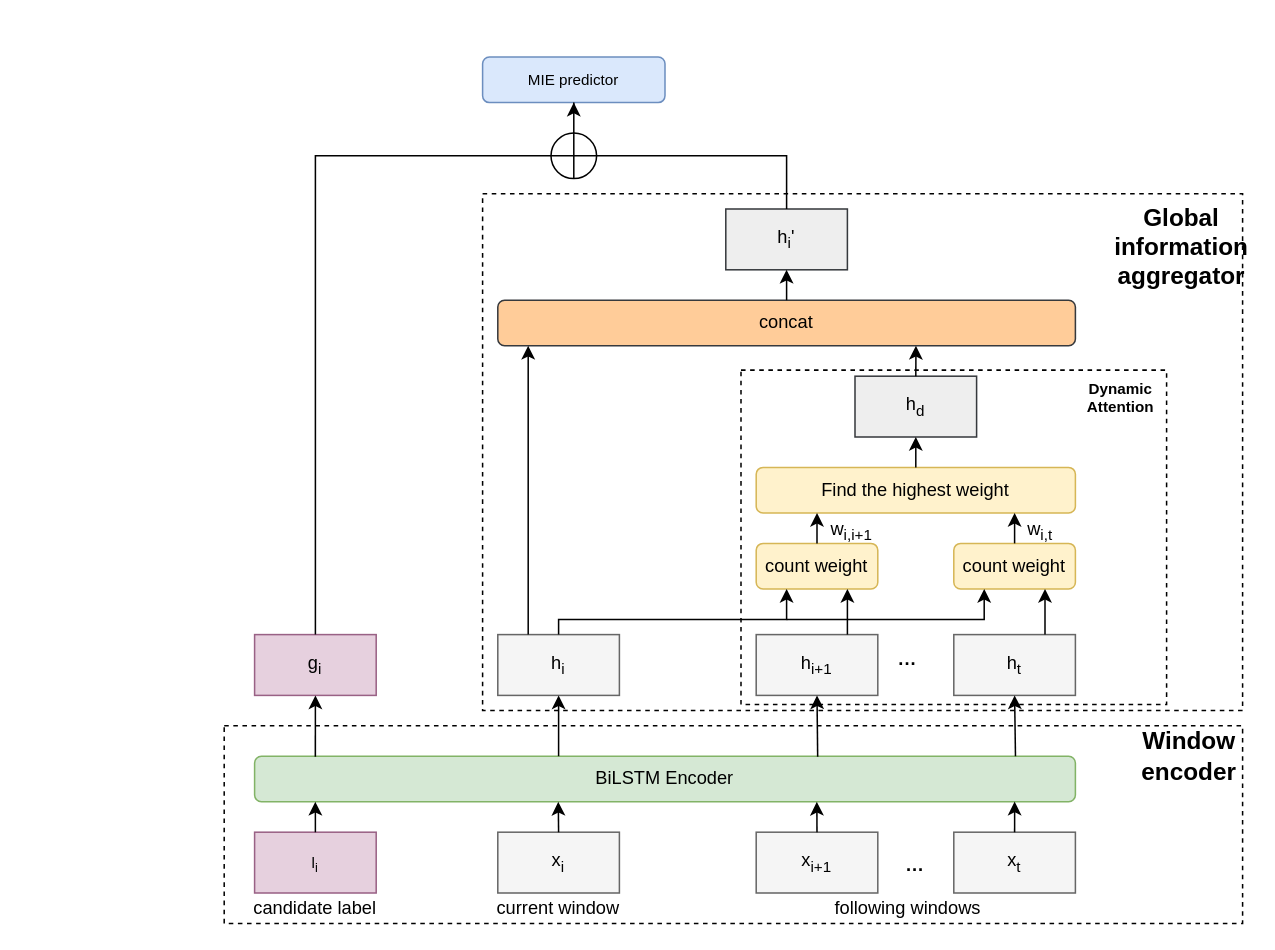
Boching-bot/Sundries keeps this draw.io diagram as page "Page-2" (2 of 2) of map/Untitled Diagram.drawio. Above is the earlier version. Source tidied: cells renumbered, new cells numbered last; positions are measured from the earlier drawing's top-left corner, leaving out a move shared by most shapes. Both pictures are drawn from the tidied source at 152%, with x=0, y=0 at pixel (223, 56).
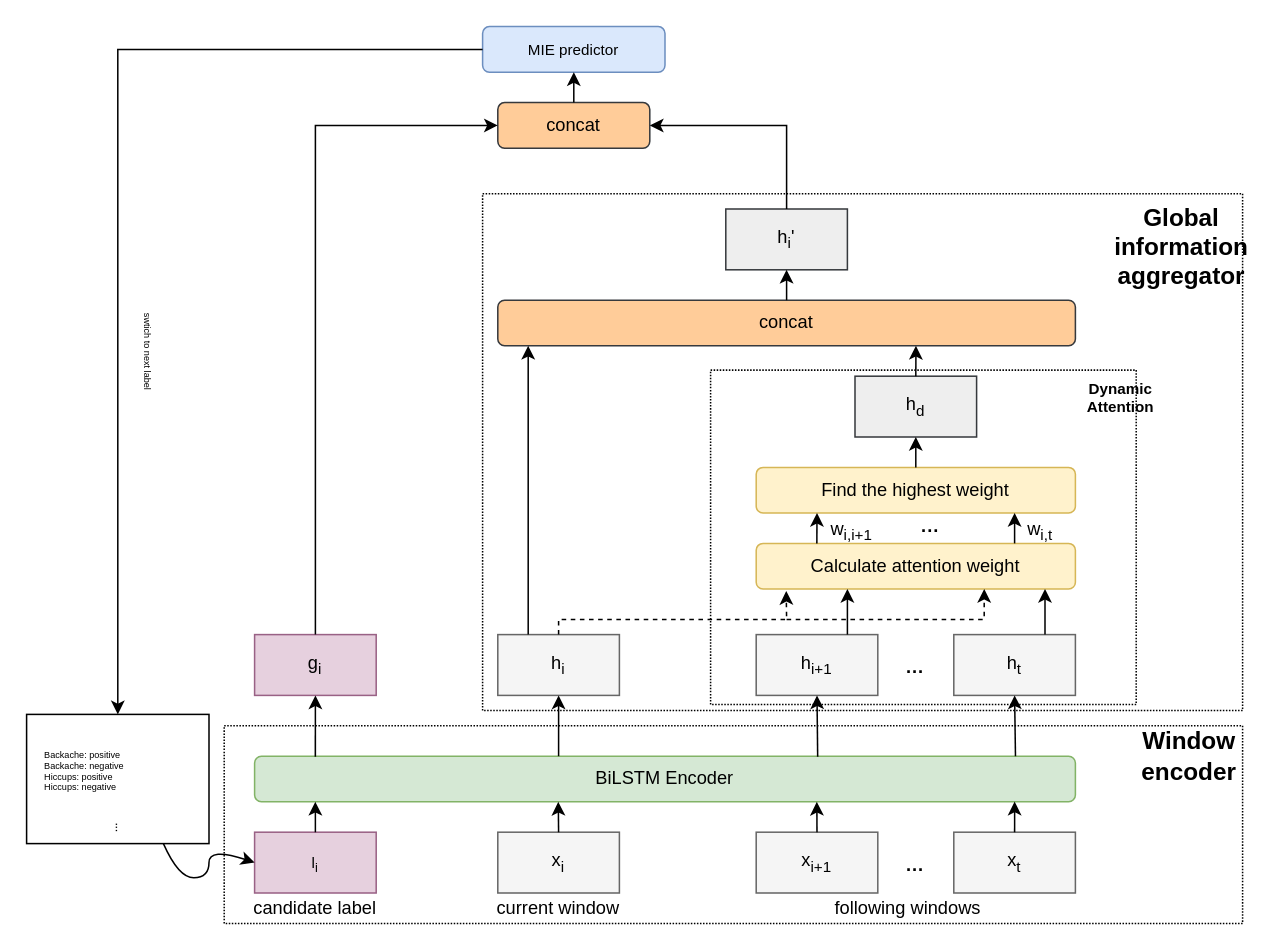
The same page after the edit.

The change refers to these unchanged cells:
```xml
<mxCell id="4" value="&lt;span style=&quot;font-size: 10px&quot;&gt;l&lt;sub&gt;i&lt;/sub&gt;&lt;/span&gt;" style="rounded=0;whiteSpace=wrap;html=1;fontSize=12;strokeColor=#996185;fillColor=#e6d0de;gradientColor=none;" parent="1" vertex="1">
  <mxGeometry x="20" y="510" width="80" height="40" as="geometry" />
</mxCell>
<mxCell id="10" value="h&lt;sub&gt;i&lt;/sub&gt;" style="rounded=0;whiteSpace=wrap;html=1;fontSize=12;strokeColor=#666666;fillColor=#f5f5f5;gradientColor=none;" parent="1" vertex="1">
  <mxGeometry x="180" y="380" width="80" height="40" as="geometry" />
</mxCell>
<mxCell id="11" value="h&lt;sub&gt;i+1&lt;/sub&gt;" style="rounded=0;whiteSpace=wrap;html=1;fontSize=12;strokeColor=#666666;fillColor=#f5f5f5;gradientColor=none;" parent="1" vertex="1">
  <mxGeometry x="350" y="380" width="80" height="40" as="geometry" />
</mxCell>
<mxCell id="12" value="h&lt;sub&gt;t&lt;/sub&gt;" style="rounded=0;whiteSpace=wrap;html=1;fontSize=12;strokeColor=#666666;fillColor=#f5f5f5;gradientColor=none;" parent="1" vertex="1">
  <mxGeometry x="480" y="380" width="80" height="40" as="geometry" />
</mxCell>
<mxCell id="18" value="h&lt;sub&gt;i&lt;/sub&gt;'" style="rounded=0;whiteSpace=wrap;html=1;fontSize=12;strokeColor=#36393d;fillColor=#eeeeee;" parent="1" vertex="1">
  <mxGeometry x="330" y="100" width="80" height="40" as="geometry" />
</mxCell>
<mxCell id="22" value="g&lt;sub&gt;i&lt;/sub&gt;" style="rounded=0;whiteSpace=wrap;html=1;fontSize=12;strokeColor=#996185;fillColor=#e6d0de;gradientColor=none;" parent="1" vertex="1">
  <mxGeometry x="20" y="380" width="80" height="40" as="geometry" />
</mxCell>
```

What changed in the source:
```diff
@@
-    <mxCell id="3" style="rounded=0;whiteSpace=wrap;html=1;dashed=1;fontSize=12;" parent="1" vertex="1">
+    <mxCell id="3" style="rounded=0;whiteSpace=wrap;html=1;dashed=1;fontSize=12;dashPattern=1 1;" parent="1" vertex="1">
       <mxGeometry y="440" width="670" height="130" as="geometry" />
     </mxCell>
@@
-    <mxCell id="8" style="rounded=0;whiteSpace=wrap;html=1;fontSize=12;dashed=1;" parent="1" vertex="1">
+    <mxCell id="8" style="rounded=0;whiteSpace=wrap;html=1;fontSize=12;dashed=1;dashPattern=1 1;" parent="1" vertex="1">
       <mxGeometry x="170" y="90" width="500" height="340" as="geometry" />
     </mxCell>
@@
-    <mxCell id="13" value="count weight" style="rounded=1;whiteSpace=wrap;html=1;fontSize=12;strokeColor=#d6b656;fillColor=#fff2cc;" parent="1" vertex="1">
-      <mxGeometry x="350" y="320" width="80" height="30" as="geometry" />
+    <mxCell id="13" value="&lt;p class=&quot;MsoNormal&quot; style=&quot;text-align: justify&quot;&gt;&lt;span lang=&quot;EN-GB&quot;&gt;Calculate attention weight&lt;/span&gt;&lt;/p&gt;" style="rounded=1;whiteSpace=wrap;html=1;fontSize=12;strokeColor=#d6b656;fillColor=#fff2cc;" parent="1" vertex="1">
+      <mxGeometry x="350" y="320" width="210" height="30" as="geometry" />
     </mxCell>
-    <mxCell id="14" value="count weight" style="rounded=1;whiteSpace=wrap;html=1;fontSize=12;strokeColor=#d6b656;fillColor=#fff2cc;" parent="1" vertex="1">
-      <mxGeometry x="480" y="320" width="80" height="30" as="geometry" />
-    </mxCell>
@@
-    <mxCell id="20" style="rounded=0;whiteSpace=wrap;html=1;fontSize=10;strokeColor=default;fillColor=none;gradientColor=none;dashed=1;" parent="1" vertex="1">
-      <mxGeometry x="340" y="206" width="280" height="220" as="geometry" />
+    <mxCell id="20" style="rounded=0;whiteSpace=wrap;html=1;fontSize=10;strokeColor=default;fillColor=none;gradientColor=none;dashed=1;dashPattern=1 1;" parent="1" vertex="1">
+      <mxGeometry x="320" y="206" width="280" height="220" as="geometry" />
     </mxCell>
@@
     <mxCell id="28" value="&lt;b&gt;···&lt;/b&gt;" style="rounded=0;whiteSpace=wrap;html=1;fontSize=12;strokeColor=none;fillColor=none;gradientColor=none;" parent="1" vertex="1">
-      <mxGeometry x="415" y="385" width="70" height="30" as="geometry" />
+      <mxGeometry x="420" y="390" width="70" height="30" as="geometry" />
     </mxCell>
@@
-    <mxCell id="31" style="endArrow=classic;html=1;rounded=0;fontSize=12;sourcePerimeterSpacing=0;targetPerimeterSpacing=0;strokeColor=default;strokeWidth=1;gradientColor=none;entryX=0.25;entryY=1;entryDx=0;entryDy=0;" parent="1" edge="1" target="14">
+    <mxCell id="31" style="endArrow=classic;html=1;rounded=0;fontSize=12;sourcePerimeterSpacing=0;targetPerimeterSpacing=0;strokeColor=default;strokeWidth=1;gradientColor=none;entryX=0.25;entryY=1;entryDx=0;entryDy=0;dashed=1;" parent="1" edge="1">
       <mxGeometry relative="1" as="geometry">
         <mxPoint x="370" y="370" as="sourcePoint" />
+        <mxPoint x="500" y="350" as="targetPoint" />
         <Array as="points">
           <mxPoint x="500" y="370" />
         </Array>
       </mxGeometry>
     </mxCell>
-    <mxCell id="32" style="endArrow=classic;html=1;rounded=0;fontSize=12;sourcePerimeterSpacing=0;targetPerimeterSpacing=0;strokeColor=default;strokeWidth=1;gradientColor=none;entryX=0.25;entryY=1;entryDx=0;entryDy=0;exitX=0.5;exitY=0;exitDx=0;exitDy=0;" parent="1" edge="1" source="10" target="13">
+    <mxCell id="32" style="endArrow=classic;html=1;rounded=0;fontSize=12;sourcePerimeterSpacing=0;targetPerimeterSpacing=0;strokeColor=default;strokeWidth=1;gradientColor=none;entryX=0.094;entryY=1.044;entryDx=0;entryDy=0;exitX=0.5;exitY=0;exitDx=0;exitDy=0;dashed=1;entryPerimeter=0;" parent="1" edge="1" source="10" target="13">
       <mxGeometry relative="1" as="geometry">
         <Array as="points">
           <mxPoint x="220" y="370" />
           <mxPoint x="370" y="370" />
         </Array>
       </mxGeometry>
     </mxCell>
-    <mxCell id="33" style="endArrow=classic;html=1;rounded=0;fontSize=12;sourcePerimeterSpacing=0;targetPerimeterSpacing=0;strokeColor=default;strokeWidth=1;gradientColor=none;entryX=0.75;entryY=1;entryDx=0;entryDy=0;exitX=0.75;exitY=0;exitDx=0;exitDy=0;" parent="1" edge="1" source="11" target="13">
-      <mxGeometry relative="1" as="geometry" />
+    <mxCell id="33" style="endArrow=classic;html=1;rounded=0;fontSize=12;sourcePerimeterSpacing=0;targetPerimeterSpacing=0;strokeColor=default;strokeWidth=1;gradientColor=none;exitX=0.75;exitY=0;exitDx=0;exitDy=0;" parent="1" edge="1" source="11">
+      <mxGeometry relative="1" as="geometry">
+        <mxPoint x="410" y="350" as="targetPoint" />
+      </mxGeometry>
     </mxCell>
-    <mxCell id="34" style="endArrow=classic;html=1;rounded=0;fontSize=12;sourcePerimeterSpacing=0;targetPerimeterSpacing=0;strokeColor=default;strokeWidth=1;gradientColor=none;entryX=0.75;entryY=1;entryDx=0;entryDy=0;exitX=0.75;exitY=0;exitDx=0;exitDy=0;" parent="1" edge="1" source="12" target="14">
-      <mxGeometry relative="1" as="geometry" />
+    <mxCell id="34" style="endArrow=classic;html=1;rounded=0;fontSize=12;sourcePerimeterSpacing=0;targetPerimeterSpacing=0;strokeColor=default;strokeWidth=1;gradientColor=none;entryX=0.75;entryY=1;entryDx=0;entryDy=0;exitX=0.75;exitY=0;exitDx=0;exitDy=0;" parent="1" edge="1" source="12">
+      <mxGeometry relative="1" as="geometry">
+        <mxPoint x="540" y="350" as="targetPoint" />
+      </mxGeometry>
     </mxCell>
-    <mxCell id="35" style="endArrow=classic;html=1;rounded=0;fontSize=12;sourcePerimeterSpacing=0;targetPerimeterSpacing=0;strokeColor=default;strokeWidth=1;gradientColor=none;exitX=0.5;exitY=0;exitDx=0;exitDy=0;" parent="1" edge="1" source="13">
+    <mxCell id="35" style="endArrow=classic;html=1;rounded=0;fontSize=12;sourcePerimeterSpacing=0;targetPerimeterSpacing=0;strokeColor=default;strokeWidth=1;gradientColor=none;exitX=0.19;exitY=0;exitDx=0;exitDy=0;exitPerimeter=0;" parent="1" edge="1" source="13">
       <mxGeometry relative="1" as="geometry">
         <mxPoint x="390" y="300" as="targetPoint" />
       </mxGeometry>
     </mxCell>
-    <mxCell id="36" style="endArrow=classic;html=1;rounded=0;fontSize=12;sourcePerimeterSpacing=0;targetPerimeterSpacing=0;strokeColor=default;strokeWidth=1;gradientColor=none;exitX=0.5;exitY=0;exitDx=0;exitDy=0;" parent="1" edge="1" source="14">
+    <mxCell id="36" style="endArrow=classic;html=1;rounded=0;fontSize=12;sourcePerimeterSpacing=0;targetPerimeterSpacing=0;strokeColor=default;strokeWidth=1;gradientColor=none;exitX=0.5;exitY=0;exitDx=0;exitDy=0;" parent="1" edge="1">
       <mxGeometry relative="1" as="geometry">
+        <mxPoint x="520" y="320" as="sourcePoint" />
         <mxPoint x="520" y="300" as="targetPoint" />
       </mxGeometry>
     </mxCell>
@@
     <mxCell id="44" value="MIE predictor" style="rounded=1;whiteSpace=wrap;html=1;fontSize=10;strokeColor=#6c8ebf;fillColor=#dae8fc;" parent="1" vertex="1">
-      <mxGeometry x="170" width="120" height="30" as="geometry" />
+      <mxGeometry x="170" y="-20" width="120" height="30" as="geometry" />
     </mxCell>
-    <mxCell id="45" style="ellipse;whiteSpace=wrap;html=1;fontSize=10;strokeColor=default;fillColor=none;gradientColor=none;" parent="1" vertex="1">
-      <mxGeometry x="215" y="50" width="30" height="30" as="geometry" />
-    </mxCell>
-    <mxCell id="46" style="endArrow=none;html=1;rounded=0;fontSize=10;sourcePerimeterSpacing=0;targetPerimeterSpacing=0;strokeColor=default;strokeWidth=1;gradientColor=none;exitX=0;exitY=0.5;exitDx=0;exitDy=0;entryX=1;entryY=0.5;entryDx=0;entryDy=0;" parent="1" edge="1" source="45" target="45">
-      <mxGeometry relative="1" as="geometry" />
-    </mxCell>
-    <mxCell id="47" style="endArrow=none;html=1;rounded=0;fontSize=10;sourcePerimeterSpacing=0;targetPerimeterSpacing=0;strokeColor=default;strokeWidth=1;gradientColor=none;exitX=0.5;exitY=0;exitDx=0;exitDy=0;entryX=0.5;entryY=1;entryDx=0;entryDy=0;" parent="1" edge="1" source="45" target="45">
-      <mxGeometry relative="1" as="geometry">
-        <Array as="points">
-          <mxPoint x="230" y="50" />
-        </Array>
-      </mxGeometry>
-    </mxCell>
-    <mxCell id="48" style="endArrow=none;html=1;rounded=0;fontSize=10;sourcePerimeterSpacing=0;targetPerimeterSpacing=0;strokeColor=default;strokeWidth=1;gradientColor=none;exitX=0.5;exitY=0;exitDx=0;exitDy=0;entryX=0;entryY=0.5;entryDx=0;entryDy=0;" parent="1" edge="1" source="22" target="45">
-      <mxGeometry relative="1" as="geometry">
-        <Array as="points">
-          <mxPoint x="60" y="65" />
-        </Array>
-      </mxGeometry>
-    </mxCell>
-    <mxCell id="49" style="endArrow=none;html=1;rounded=0;fontSize=10;sourcePerimeterSpacing=0;targetPerimeterSpacing=0;strokeColor=default;strokeWidth=1;gradientColor=none;exitX=0.5;exitY=0;exitDx=0;exitDy=0;entryX=1;entryY=0.5;entryDx=0;entryDy=0;" parent="1" edge="1" source="18" target="45">
-      <mxGeometry relative="1" as="geometry">
-        <Array as="points">
-          <mxPoint x="370" y="65" />
-        </Array>
-      </mxGeometry>
-    </mxCell>
-    <mxCell id="50" style="endArrow=classic;html=1;rounded=0;fontSize=10;sourcePerimeterSpacing=0;targetPerimeterSpacing=0;strokeColor=default;strokeWidth=1;gradientColor=none;entryX=0.5;entryY=1;entryDx=0;entryDy=0;" parent="1" edge="1" target="44">
-      <mxGeometry relative="1" as="geometry">
-        <mxPoint x="230" y="30" as="sourcePoint" />
-        <Array as="points">
-          <mxPoint x="230" y="50" />
-        </Array>
-      </mxGeometry>
-    </mxCell>
@@
+    <mxCell id="56" value="concat" style="rounded=1;whiteSpace=wrap;html=1;fontSize=12;strokeColor=#36393d;fillColor=#ffcc99;" parent="1" vertex="1">
+      <mxGeometry x="180" y="30" width="100" height="30" as="geometry" />
+    </mxCell>
+    <mxCell id="57" style="curved=1;endArrow=classic;html=1;rounded=0;entryX=0;entryY=0.5;entryDx=0;entryDy=0;exitX=0.75;exitY=1;exitDx=0;exitDy=0;" parent="1" edge="1" source="61" target="4">
+      <mxGeometry relative="1" as="geometry">
+        <Array as="points">
+          <mxPoint x="-30" y="540" />
+          <mxPoint x="-10" y="540" />
+          <mxPoint x="-10" y="520" />
+        </Array>
+      </mxGeometry>
+    </mxCell>
+    <mxCell id="58" style="endArrow=classic;html=1;rounded=0;exitX=0.5;exitY=0;exitDx=0;exitDy=0;entryX=0;entryY=0.5;entryDx=0;entryDy=0;" parent="1" edge="1" source="22" target="56">
+      <mxGeometry relative="1" as="geometry">
+        <Array as="points">
+          <mxPoint x="60" y="45" />
+        </Array>
+      </mxGeometry>
+    </mxCell>
+    <mxCell id="59" style="endArrow=classic;html=1;rounded=0;exitX=0.5;exitY=0;exitDx=0;exitDy=0;entryX=1;entryY=0.5;entryDx=0;entryDy=0;" parent="1" edge="1" source="18" target="56">
+      <mxGeometry relative="1" as="geometry">
+        <Array as="points">
+          <mxPoint x="370" y="45" />
+        </Array>
+      </mxGeometry>
+    </mxCell>
+    <mxCell id="60" style="endArrow=classic;html=1;rounded=0;entryX=0.5;entryY=1;entryDx=0;entryDy=0;exitX=0.5;exitY=0;exitDx=0;exitDy=0;" parent="1" edge="1" source="56" target="44">
+      <mxGeometry relative="1" as="geometry" />
+    </mxCell>
+    <mxCell id="61" style="rounded=0;whiteSpace=wrap;html=1;fontFamily=Helvetica;fontSize=18;" parent="1" vertex="1">
+      <mxGeometry x="-130" y="432.5" width="120" height="85" as="geometry" />
+    </mxCell>
+    <mxCell id="62" value="&lt;font style=&quot;font-size: 6px&quot;&gt;&lt;span&gt;Backache: positive&lt;/span&gt;&lt;br&gt;&lt;span&gt;Backache: negative&lt;/span&gt;&lt;br&gt;&lt;div&gt;&lt;span&gt;Hiccups: positive&lt;/span&gt;&lt;/div&gt;&lt;span&gt;&lt;div&gt;&lt;span&gt;Hiccups: negative&lt;/span&gt;&lt;/div&gt;&lt;div&gt;&lt;span&gt;&lt;br&gt;&lt;/span&gt;&lt;/div&gt;&lt;/span&gt;&lt;/font&gt;" style="text;html=1;strokeColor=none;fillColor=none;align=left;verticalAlign=middle;whiteSpace=wrap;rounded=0;dashed=1;dashPattern=1 1;fontFamily=Helvetica;fontSize=6;" parent="1" vertex="1">
+      <mxGeometry x="-120" y="448.5" width="120" height="50" as="geometry" />
+    </mxCell>
+    <mxCell id="63" value="&lt;b&gt;···&lt;/b&gt;" style="text;html=1;strokeColor=none;fillColor=none;align=center;verticalAlign=middle;whiteSpace=wrap;rounded=0;dashed=1;dashPattern=1 1;fontFamily=Helvetica;fontSize=6;rotation=90;" parent="1" vertex="1">
+      <mxGeometry x="-85" y="497.5" width="30" height="20" as="geometry" />
+    </mxCell>
+    <mxCell id="64" style="endArrow=classic;html=1;rounded=0;fontFamily=Helvetica;fontSize=6;entryX=0.5;entryY=0;entryDx=0;entryDy=0;exitX=0;exitY=0.5;exitDx=0;exitDy=0;" parent="1" edge="1" source="44" target="61">
+      <mxGeometry relative="1" as="geometry">
+        <Array as="points">
+          <mxPoint x="-70" y="-5" />
+        </Array>
+      </mxGeometry>
+    </mxCell>
+    <mxCell id="65" value="&lt;b&gt;···&lt;/b&gt;" style="rounded=0;whiteSpace=wrap;html=1;fontSize=12;strokeColor=none;fillColor=none;gradientColor=none;" parent="1" vertex="1">
+      <mxGeometry x="430" y="297" width="70" height="30" as="geometry" />
+    </mxCell>
+    <mxCell id="66" value="swtich to next label&amp;nbsp;" style="text;html=1;strokeColor=none;fillColor=none;align=center;verticalAlign=middle;whiteSpace=wrap;rounded=0;fontFamily=Helvetica;fontSize=6;rotation=90;" parent="1" vertex="1">
+      <mxGeometry x="-110" y="180" width="120" height="30" as="geometry" />
+    </mxCell>
```
